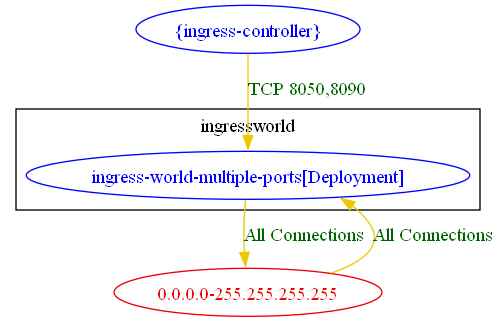
Before: test_outputs/connlist/multiple_ingress_objects_with_different_ports_connlist_output.dot.png, a diagram exported from Graphviz (np-guard/netpol-analyzer). Its source is kept beside it as test_outputs/connlist/multiple_ingress_objects_with_different_ports_connlist_output.dot.
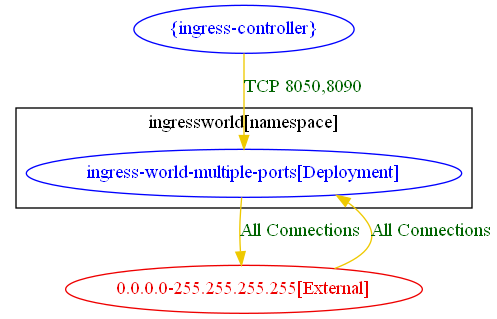
Above is the later version.

The edit, as a diff of the source:
```diff
@@ -1,13 +1,13 @@
 digraph {
-	subgraph "cluster_ingressworld" {
+	subgraph "cluster_ingressworld[namespace]" {
 		color="black"
 		fontcolor="black"
 		"ingressworld/ingress-world-multiple-ports[Deployment]" [label="ingress-world-multiple-ports[Deployment]" color="blue" fontcolor="blue"]
-		label="ingressworld"
+		label="ingressworld[namespace]"
 	}
-	"0.0.0.0-255.255.255.255" [label="0.0.0.0-255.255.255.255" color="red2" fontcolor="red2"]
+	"0.0.0.0-255.255.255.255[External]" [label="0.0.0.0-255.255.255.255[External]" color="red2" fontcolor="red2"]
 	"{ingress-controller}" [label="{ingress-controller}" color="blue" fontcolor="blue"]
-	"0.0.0.0-255.255.255.255" -> "ingressworld/ingress-world-multiple-ports[Deployment]" [label="All Connections" color="gold2" fontcolor="darkgreen" weight=0.5]
-	"ingressworld/ingress-world-multiple-ports[Deployment]" -> "0.0.0.0-255.255.255.255" [label="All Connections" color="gold2" fontcolor="darkgreen" weight=1]
+	"0.0.0.0-255.255.255.255[External]" -> "ingressworld/ingress-world-multiple-ports[Deployment]" [label="All Connections" color="gold2" fontcolor="darkgreen" weight=0.5]
+	"ingressworld/ingress-world-multiple-ports[Deployment]" -> "0.0.0.0-255.255.255.255[External]" [label="All Connections" color="gold2" fontcolor="darkgreen" weight=1]
 	"{ingress-controller}" -> "ingressworld/ingress-world-multiple-ports[Deployment]" [label="TCP 8050,8090" color="gold2" fontcolor="darkgreen" weight=1]
 }
```
